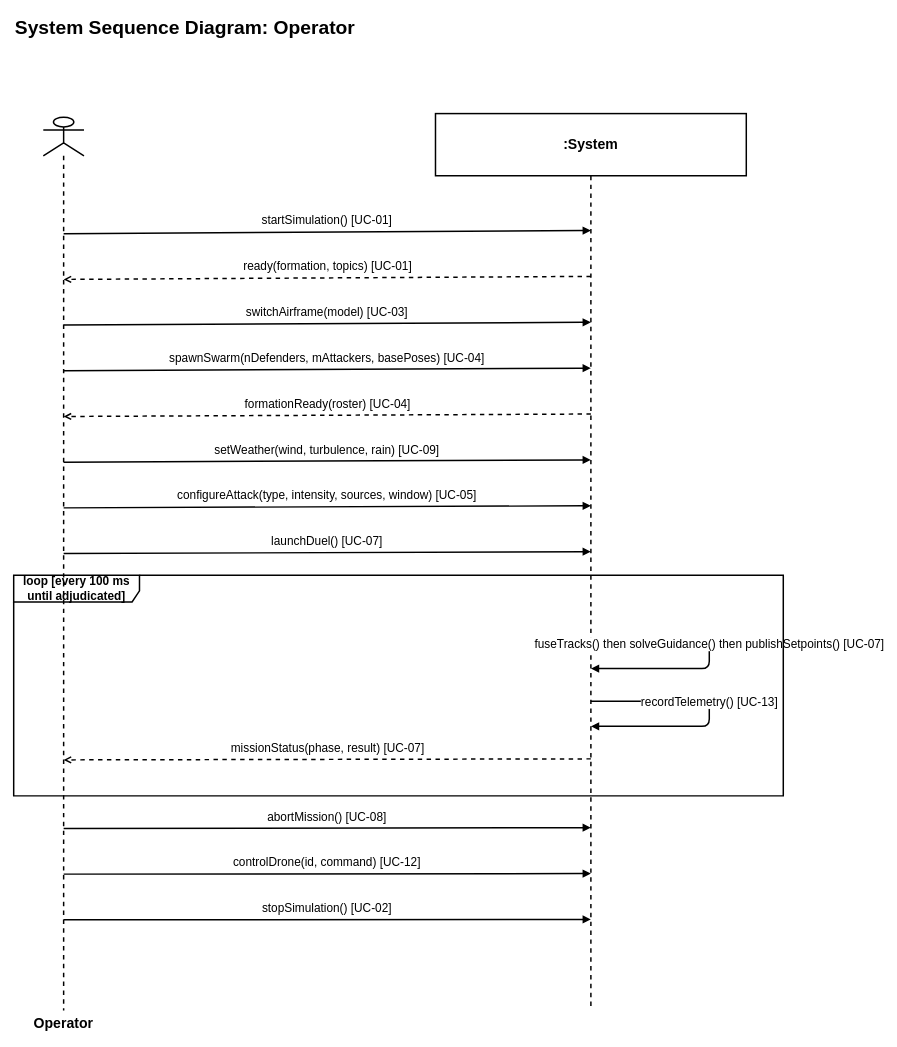
This is page "SSD: Operator" (2 of 4) of 11_system_sequence_diagram.drawio from syedmohammad611/diagrams, a draw.io file, before an edit. Source tidied: cells renumbered, new cells numbered last; positions are measured from the earlier drawing's top-left corner, leaving out a move shared by most shapes. Both pictures are drawn from the tidied source at 74%, with x=0, y=0 at pixel (13, 13).
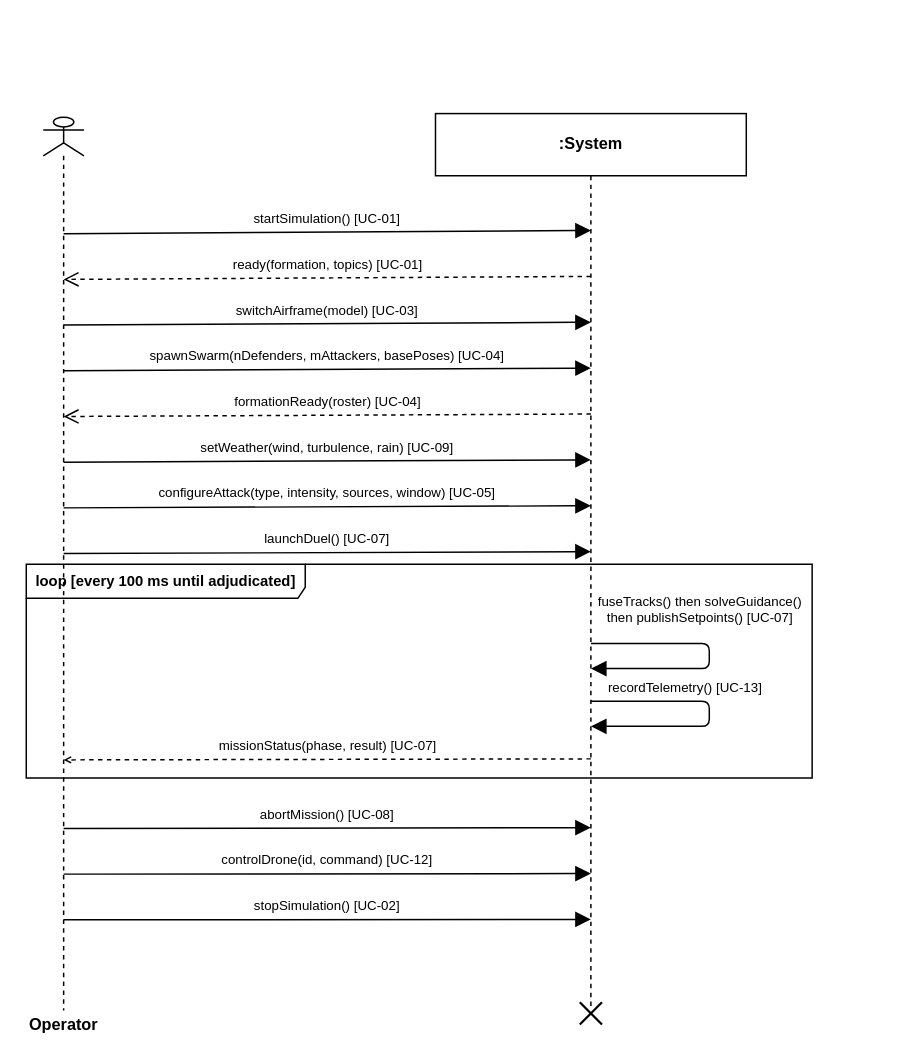
The same page after the edit.

Commit message (it also covers changes not shown here):
refactor: update sequence diagram layouts

The edit, as a diff of the source:
```diff
@@
-    <mxCell id="2" value="System Sequence Diagram: Operator" style="text;html=1;strokeColor=none;fillColor=none;align=left;verticalAlign=middle;fontFamily=Helvetica;fontColor=#000000;fontSize=26;fontStyle=1;" parent="1" vertex="1">
-      <mxGeometry width="1100" height="40" as="geometry" />
-    </mxCell>
-    <mxCell id="3" value="Operator" style="shape=umlLifeline;perimeter=lifelinePerimeter;whiteSpace=wrap;html=1;outlineConnect=0;participant=umlActor;fillColor=none;strokeColor=#000000;fontColor=#000000;fontFamily=Helvetica;strokeWidth=2;fontSize=19;fontStyle=1;size=52;verticalLabelPosition=bottom;verticalAlign=top;" parent="1" vertex="1">
+    <mxCell id="3" value="&lt;font style=&quot;font-size: 22px;&quot;&gt;Operator&lt;/font&gt;" style="shape=umlLifeline;perimeter=lifelinePerimeter;whiteSpace=wrap;html=1;outlineConnect=0;participant=umlActor;fillColor=none;strokeColor=#000000;fontColor=#000000;fontFamily=Helvetica;strokeWidth=2;fontSize=20;fontStyle=1;size=52;verticalLabelPosition=bottom;verticalAlign=top;" parent="1" vertex="1">
       <mxGeometry x="40" y="141" width="55" height="1207" as="geometry" />
     </mxCell>
-    <mxCell id="4" value=":System" style="shape=umlLifeline;perimeter=lifelinePerimeter;whiteSpace=wrap;html=1;outlineConnect=0;fillColor=none;strokeColor=#000000;fontColor=#000000;fontFamily=Helvetica;strokeWidth=2;fontSize=19;fontStyle=1;size=84;" parent="1" vertex="1">
+    <mxCell id="4" value="&lt;font style=&quot;font-size: 22px;&quot;&gt;:System&lt;/font&gt;" style="shape=umlLifeline;perimeter=lifelinePerimeter;whiteSpace=wrap;html=1;outlineConnect=0;fillColor=none;strokeColor=#000000;fontColor=#000000;fontFamily=Helvetica;strokeWidth=2;fontSize=20;fontStyle=1;size=84;" parent="1" vertex="1">
       <mxGeometry x="570" y="136" width="420" height="1212" as="geometry" />
     </mxCell>
-    <mxCell id="5" value="startSimulation()  [UC-01]" style="html=1;verticalAlign=bottom;endArrow=block;endFill=1;fillColor=none;strokeColor=#000000;fontColor=#000000;fontFamily=Helvetica;strokeWidth=2;fontSize=16;labelBackgroundColor=#FFFFFF;spacingBottom=4;exitX=0.5;exitY=0.130363;exitDx=0;exitDy=0;entryX=0.5;entryY=0.130363;entryDx=0;entryDy=0;" parent="1" edge="1" source="3" target="4">
+    <mxCell id="5" value="startSimulation()  [UC-01]" style="html=1;verticalAlign=bottom;endArrow=block;endFill=1;fillColor=none;strokeColor=#000000;fontColor=#000000;fontFamily=Helvetica;strokeWidth=2;fontSize=18;labelBackgroundColor=#FFFFFF;spacingBottom=4;exitX=0.5;exitY=0.130363;exitDx=0;exitDy=0;entryX=0.5;entryY=0.130363;entryDx=0;entryDy=0;endSize=16;" parent="1" edge="1" source="3" target="4">
       <mxGeometry relative="1" as="geometry" />
     </mxCell>
-    <mxCell id="6" value="ready(formation, topics)  [UC-01]" style="html=1;verticalAlign=bottom;endArrow=open;endFill=0;dashed=1;fillColor=none;strokeColor=#000000;fontColor=#000000;fontFamily=Helvetica;strokeWidth=2;fontSize=16;labelBackgroundColor=#FFFFFF;spacingBottom=4;exitX=0.5;exitY=0.181518;exitDx=0;exitDy=0;entryX=0.5;entryY=0.181518;entryDx=0;entryDy=0;" parent="1" edge="1" source="4" target="3">
+    <mxCell id="6" value="ready(formation, topics)  [UC-01]" style="html=1;verticalAlign=bottom;endArrow=open;endFill=0;dashed=1;fillColor=none;strokeColor=#000000;fontColor=#000000;fontFamily=Helvetica;strokeWidth=2;fontSize=18;labelBackgroundColor=#FFFFFF;spacingBottom=4;exitX=0.5;exitY=0.181518;exitDx=0;exitDy=0;entryX=0.5;entryY=0.181518;entryDx=0;entryDy=0;endSize=16;" parent="1" edge="1" source="4" target="3">
       <mxGeometry relative="1" as="geometry" />
     </mxCell>
-    <mxCell id="7" value="switchAirframe(model)  [UC-03]" style="html=1;verticalAlign=bottom;endArrow=block;endFill=1;fillColor=none;strokeColor=#000000;fontColor=#000000;fontFamily=Helvetica;strokeWidth=2;fontSize=16;labelBackgroundColor=#FFFFFF;spacingBottom=4;exitX=0.5;exitY=0.232673;exitDx=0;exitDy=0;entryX=0.5;entryY=0.232673;entryDx=0;entryDy=0;" parent="1" edge="1" source="3" target="4">
+    <mxCell id="7" value="switchAirframe(model)  [UC-03]" style="html=1;verticalAlign=bottom;endArrow=block;endFill=1;fillColor=none;strokeColor=#000000;fontColor=#000000;fontFamily=Helvetica;strokeWidth=2;fontSize=18;labelBackgroundColor=#FFFFFF;spacingBottom=4;exitX=0.5;exitY=0.232673;exitDx=0;exitDy=0;entryX=0.5;entryY=0.232673;entryDx=0;entryDy=0;endSize=16;" parent="1" edge="1" source="3" target="4">
       <mxGeometry relative="1" as="geometry" />
     </mxCell>
-    <mxCell id="8" value="spawnSwarm(nDefenders, mAttackers, basePoses)  [UC-04]" style="html=1;verticalAlign=bottom;endArrow=block;endFill=1;fillColor=none;strokeColor=#000000;fontColor=#000000;fontFamily=Helvetica;strokeWidth=2;fontSize=16;labelBackgroundColor=#FFFFFF;spacingBottom=4;exitX=0.5;exitY=0.283828;exitDx=0;exitDy=0;entryX=0.5;entryY=0.283828;entryDx=0;entryDy=0;" parent="1" edge="1" source="3" target="4">
+    <mxCell id="8" value="spawnSwarm(nDefenders, mAttackers, basePoses)  [UC-04]" style="html=1;verticalAlign=bottom;endArrow=block;endFill=1;fillColor=none;strokeColor=#000000;fontColor=#000000;fontFamily=Helvetica;strokeWidth=2;fontSize=18;labelBackgroundColor=#FFFFFF;spacingBottom=4;exitX=0.5;exitY=0.283828;exitDx=0;exitDy=0;entryX=0.5;entryY=0.283828;entryDx=0;entryDy=0;endSize=16;" parent="1" edge="1" source="3" target="4">
       <mxGeometry relative="1" as="geometry" />
     </mxCell>
-    <mxCell id="9" value="formationReady(roster)  [UC-04]" style="html=1;verticalAlign=bottom;endArrow=open;endFill=0;dashed=1;fillColor=none;strokeColor=#000000;fontColor=#000000;fontFamily=Helvetica;strokeWidth=2;fontSize=16;labelBackgroundColor=#FFFFFF;spacingBottom=4;exitX=0.5;exitY=0.334983;exitDx=0;exitDy=0;entryX=0.5;entryY=0.334983;entryDx=0;entryDy=0;" parent="1" edge="1" source="4" target="3">
+    <mxCell id="9" value="formationReady(roster)  [UC-04]" style="html=1;verticalAlign=bottom;endArrow=open;endFill=0;dashed=1;fillColor=none;strokeColor=#000000;fontColor=#000000;fontFamily=Helvetica;strokeWidth=2;fontSize=18;labelBackgroundColor=#FFFFFF;spacingBottom=4;exitX=0.5;exitY=0.334983;exitDx=0;exitDy=0;entryX=0.5;entryY=0.334983;entryDx=0;entryDy=0;endSize=16;" parent="1" edge="1" source="4" target="3">
       <mxGeometry relative="1" as="geometry" />
     </mxCell>
-    <mxCell id="10" value="setWeather(wind, turbulence, rain)  [UC-09]" style="html=1;verticalAlign=bottom;endArrow=block;endFill=1;fillColor=none;strokeColor=#000000;fontColor=#000000;fontFamily=Helvetica;strokeWidth=2;fontSize=16;labelBackgroundColor=#FFFFFF;spacingBottom=4;exitX=0.5;exitY=0.386139;exitDx=0;exitDy=0;entryX=0.5;entryY=0.386139;entryDx=0;entryDy=0;" parent="1" edge="1" source="3" target="4">
+    <mxCell id="10" value="setWeather(wind, turbulence, rain)  [UC-09]" style="html=1;verticalAlign=bottom;endArrow=block;endFill=1;fillColor=none;strokeColor=#000000;fontColor=#000000;fontFamily=Helvetica;strokeWidth=2;fontSize=18;labelBackgroundColor=#FFFFFF;spacingBottom=4;exitX=0.5;exitY=0.386139;exitDx=0;exitDy=0;entryX=0.5;entryY=0.386139;entryDx=0;entryDy=0;endSize=16;" parent="1" edge="1" source="3" target="4">
       <mxGeometry relative="1" as="geometry" />
     </mxCell>
-    <mxCell id="11" value="configureAttack(type, intensity, sources, window)  [UC-05]" style="html=1;verticalAlign=bottom;endArrow=block;endFill=1;fillColor=none;strokeColor=#000000;fontColor=#000000;fontFamily=Helvetica;strokeWidth=2;fontSize=16;labelBackgroundColor=#FFFFFF;spacingBottom=4;exitX=0.5;exitY=0.437294;exitDx=0;exitDy=0;entryX=0.5;entryY=0.437294;entryDx=0;entryDy=0;" parent="1" edge="1" source="3" target="4">
+    <mxCell id="11" value="configureAttack(type, intensity, sources, window)  [UC-05]" style="html=1;verticalAlign=bottom;endArrow=block;endFill=1;fillColor=none;strokeColor=#000000;fontColor=#000000;fontFamily=Helvetica;strokeWidth=2;fontSize=18;labelBackgroundColor=#FFFFFF;spacingBottom=4;exitX=0.5;exitY=0.437294;exitDx=0;exitDy=0;entryX=0.5;entryY=0.437294;entryDx=0;entryDy=0;endSize=16;" parent="1" edge="1" source="3" target="4">
       <mxGeometry relative="1" as="geometry" />
     </mxCell>
-    <mxCell id="12" value="launchDuel()  [UC-07]" style="html=1;verticalAlign=bottom;endArrow=block;endFill=1;fillColor=none;strokeColor=#000000;fontColor=#000000;fontFamily=Helvetica;strokeWidth=2;fontSize=16;labelBackgroundColor=#FFFFFF;spacingBottom=4;exitX=0.5;exitY=0.488449;exitDx=0;exitDy=0;entryX=0.5;entryY=0.488449;entryDx=0;entryDy=0;" parent="1" edge="1" source="3" target="4">
+    <mxCell id="12" value="launchDuel()  [UC-07]" style="html=1;verticalAlign=bottom;endArrow=block;endFill=1;fillColor=none;strokeColor=#000000;fontColor=#000000;fontFamily=Helvetica;strokeWidth=2;fontSize=18;labelBackgroundColor=#FFFFFF;spacingBottom=4;exitX=0.5;exitY=0.488449;exitDx=0;exitDy=0;entryX=0.5;entryY=0.488449;entryDx=0;entryDy=0;endSize=16;" parent="1" edge="1" source="3" target="4">
       <mxGeometry relative="1" as="geometry" />
     </mxCell>
-    <mxCell id="13" value="fuseTracks() then solveGuidance() then publishSetpoints()  [UC-07]" style="html=1;verticalAlign=bottom;endArrow=block;endFill=1;fillColor=none;strokeColor=#000000;fontColor=#000000;fontFamily=Helvetica;strokeWidth=2;fontSize=16;labelBackgroundColor=#FFFFFF;spacingBottom=4;exitX=0.6;exitY=0.590759;exitDx=0;exitDy=0;entryX=0.6;entryY=0.618812;entryDx=0;entryDy=0;edgeStyle=orthogonalEdgeStyle;rounded=1;" parent="1" edge="1" source="4" target="4">
-      <mxGeometry relative="1" as="geometry">
+    <mxCell id="13" value="fuseTracks() then solveGuidance()&lt;br&gt;then publishSetpoints()  [UC-07]" style="html=1;verticalAlign=bottom;endArrow=block;endFill=1;fillColor=none;strokeColor=#000000;fontColor=#000000;fontFamily=Helvetica;strokeWidth=2;fontSize=18;labelBackgroundColor=#FFFFFF;spacingBottom=4;exitX=0.6;exitY=0.590759;exitDx=0;exitDy=0;entryX=0.6;entryY=0.618812;entryDx=0;entryDy=0;edgeStyle=orthogonalEdgeStyle;rounded=1;endSize=16;" parent="1" edge="1" source="4" target="4">
+      <mxGeometry x="-0.17" y="17" relative="1" as="geometry">
         <Array as="points">
           <mxPoint x="940" y="852" />
           <mxPoint x="940" y="886" />
         </Array>
       </mxGeometry>
     </mxCell>
-    <mxCell id="14" value="recordTelemetry()  [UC-13]" style="html=1;verticalAlign=bottom;endArrow=block;endFill=1;fillColor=none;strokeColor=#000000;fontColor=#000000;fontFamily=Helvetica;strokeWidth=2;fontSize=16;labelBackgroundColor=#FFFFFF;spacingBottom=4;exitX=0.6;exitY=0.655116;exitDx=0;exitDy=0;entryX=0.6;entryY=0.683168;entryDx=0;entryDy=0;edgeStyle=orthogonalEdgeStyle;rounded=1;" parent="1" edge="1" source="4" target="4">
-      <mxGeometry relative="1" as="geometry">
+    <mxCell id="14" value="recordTelemetry()  [UC-13]" style="html=1;verticalAlign=bottom;endArrow=block;endFill=1;fillColor=none;strokeColor=#000000;fontColor=#000000;fontFamily=Helvetica;strokeWidth=2;fontSize=18;labelBackgroundColor=#FFFFFF;spacingBottom=4;exitX=0.6;exitY=0.655116;exitDx=0;exitDy=0;entryX=0.6;entryY=0.683168;entryDx=0;entryDy=0;edgeStyle=orthogonalEdgeStyle;rounded=1;endSize=16;" parent="1" edge="1" source="4" target="4">
+      <mxGeometry x="-0.28" relative="1" as="geometry">
         <Array as="points">
           <mxPoint x="940" y="930" />
           <mxPoint x="940" y="964" />
         </Array>
       </mxGeometry>
     </mxCell>
-    <mxCell id="15" value="missionStatus(phase, result)  [UC-07]" style="html=1;verticalAlign=bottom;endArrow=open;endFill=0;dashed=1;fillColor=none;strokeColor=#000000;fontColor=#000000;fontFamily=Helvetica;strokeWidth=2;fontSize=16;labelBackgroundColor=#FFFFFF;spacingBottom=4;exitX=0.5;exitY=0.719472;exitDx=0;exitDy=0;entryX=0.5;entryY=0.719472;entryDx=0;entryDy=0;" parent="1" edge="1" source="4" target="3">
+    <mxCell id="15" value="missionStatus(phase, result)  [UC-07]" style="html=1;verticalAlign=bottom;endArrow=open;endFill=0;dashed=1;fillColor=none;strokeColor=#000000;fontColor=#000000;fontFamily=Helvetica;strokeWidth=2;fontSize=18;labelBackgroundColor=#FFFFFF;spacingBottom=4;exitX=0.5;exitY=0.719472;exitDx=0;exitDy=0;entryX=0.5;entryY=0.719472;entryDx=0;entryDy=0;" parent="1" edge="1" source="4" target="3">
       <mxGeometry relative="1" as="geometry" />
     </mxCell>
-    <mxCell id="16" value="loop  [every 100 ms until adjudicated]" style="shape=umlFrame;whiteSpace=wrap;html=1;fillColor=none;strokeColor=#000000;fontColor=#000000;fontFamily=Helvetica;strokeWidth=2;fontSize=16;fontStyle=1;width=170;height=36;" parent="1" vertex="1">
-      <mxGeometry y="760" width="1040" height="298" as="geometry" />
+    <mxCell id="16" value="&lt;font style=&quot;font-size: 20px;&quot;&gt;loop  [every 100 ms until adjudicated]&lt;/font&gt;" style="shape=umlFrame;whiteSpace=wrap;html=1;fillColor=none;strokeColor=#000000;fontColor=#000000;fontFamily=Helvetica;strokeWidth=2;fontSize=18;fontStyle=1;width=377;height=46;" parent="1" vertex="1">
+      <mxGeometry x="17" y="745" width="1062" height="289" as="geometry" />
     </mxCell>
-    <mxCell id="17" value="abortMission()  [UC-08]" style="html=1;verticalAlign=bottom;endArrow=block;endFill=1;fillColor=none;strokeColor=#000000;fontColor=#000000;fontFamily=Helvetica;strokeWidth=2;fontSize=16;labelBackgroundColor=#FFFFFF;spacingBottom=4;exitX=0.5;exitY=0.796205;exitDx=0;exitDy=0;entryX=0.5;entryY=0.796205;entryDx=0;entryDy=0;" parent="1" edge="1" source="3" target="4">
+    <mxCell id="17" value="abortMission()  [UC-08]" style="html=1;verticalAlign=bottom;endArrow=block;endFill=1;fillColor=none;strokeColor=#000000;fontColor=#000000;fontFamily=Helvetica;strokeWidth=2;fontSize=18;labelBackgroundColor=#FFFFFF;spacingBottom=4;exitX=0.5;exitY=0.796205;exitDx=0;exitDy=0;entryX=0.5;entryY=0.796205;entryDx=0;entryDy=0;endSize=16;" parent="1" edge="1" source="3" target="4">
       <mxGeometry relative="1" as="geometry" />
     </mxCell>
-    <mxCell id="18" value="controlDrone(id, command)  [UC-12]" style="html=1;verticalAlign=bottom;endArrow=block;endFill=1;fillColor=none;strokeColor=#000000;fontColor=#000000;fontFamily=Helvetica;strokeWidth=2;fontSize=16;labelBackgroundColor=#FFFFFF;spacingBottom=4;exitX=0.5;exitY=0.84736;exitDx=0;exitDy=0;entryX=0.5;entryY=0.84736;entryDx=0;entryDy=0;" parent="1" edge="1" source="3" target="4">
+    <mxCell id="18" value="controlDrone(id, command)  [UC-12]" style="html=1;verticalAlign=bottom;endArrow=block;endFill=1;fillColor=none;strokeColor=#000000;fontColor=#000000;fontFamily=Helvetica;strokeWidth=2;fontSize=18;labelBackgroundColor=#FFFFFF;spacingBottom=4;exitX=0.5;exitY=0.84736;exitDx=0;exitDy=0;entryX=0.5;entryY=0.84736;entryDx=0;entryDy=0;endSize=16;" parent="1" edge="1" source="3" target="4">
       <mxGeometry relative="1" as="geometry" />
     </mxCell>
-    <mxCell id="19" value="stopSimulation()  [UC-02]" style="html=1;verticalAlign=bottom;endArrow=block;endFill=1;fillColor=none;strokeColor=#000000;fontColor=#000000;fontFamily=Helvetica;strokeWidth=2;fontSize=16;labelBackgroundColor=#FFFFFF;spacingBottom=4;exitX=0.5;exitY=0.898515;exitDx=0;exitDy=0;entryX=0.5;entryY=0.898515;entryDx=0;entryDy=0;" parent="1" edge="1" source="3" target="4">
+    <mxCell id="19" value="stopSimulation()  [UC-02]" style="html=1;verticalAlign=bottom;endArrow=block;endFill=1;fillColor=none;strokeColor=#000000;fontColor=#000000;fontFamily=Helvetica;strokeWidth=2;fontSize=18;labelBackgroundColor=#FFFFFF;spacingBottom=4;exitX=0.5;exitY=0.898515;exitDx=0;exitDy=0;entryX=0.5;entryY=0.898515;entryDx=0;entryDy=0;endSize=16;" parent="1" edge="1" source="3" target="4">
       <mxGeometry relative="1" as="geometry" />
     </mxCell>
+    <mxCell id="20" style="shape=umlDestroy;whiteSpace=wrap;html=1;strokeWidth=3;targetShapes=umlLifeline;" parent="1" vertex="1">
+      <mxGeometry x="765" y="1337" width="30" height="30" as="geometry" />
+    </mxCell>
```
